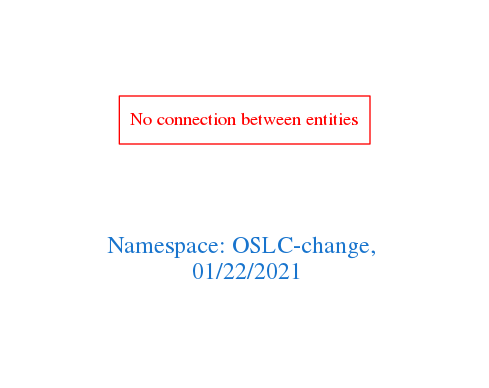
Earlier version of the Graphviz export downloads/OSLC-change.png (arago/OGIT). Its source is kept beside it as downloads/OSLC-change.dot.
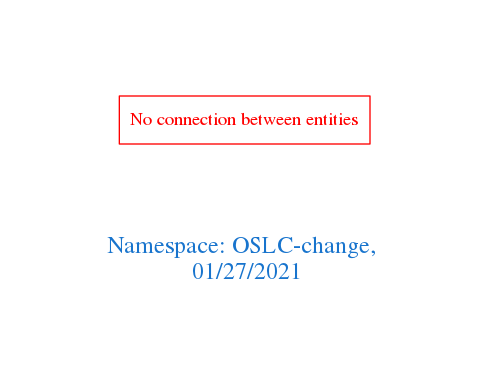
The same diagram one commit later.

The edit, as a diff of the source:
```diff
@@ -1,7 +1,7 @@
 digraph OGIT_ontology {
  graph [ rankdir= LR,pad=1
 fontsize = 18,
-fontcolor= dodgerblue3,label = "\n\n\nNamespace: OSLC-change, \n 01/22/2021"];
+fontcolor= dodgerblue3,label = "\n\n\nNamespace: OSLC-change, \n 01/27/2021"];
 node[shape=polygon];
 edge [  color="gray81"];
 
```
